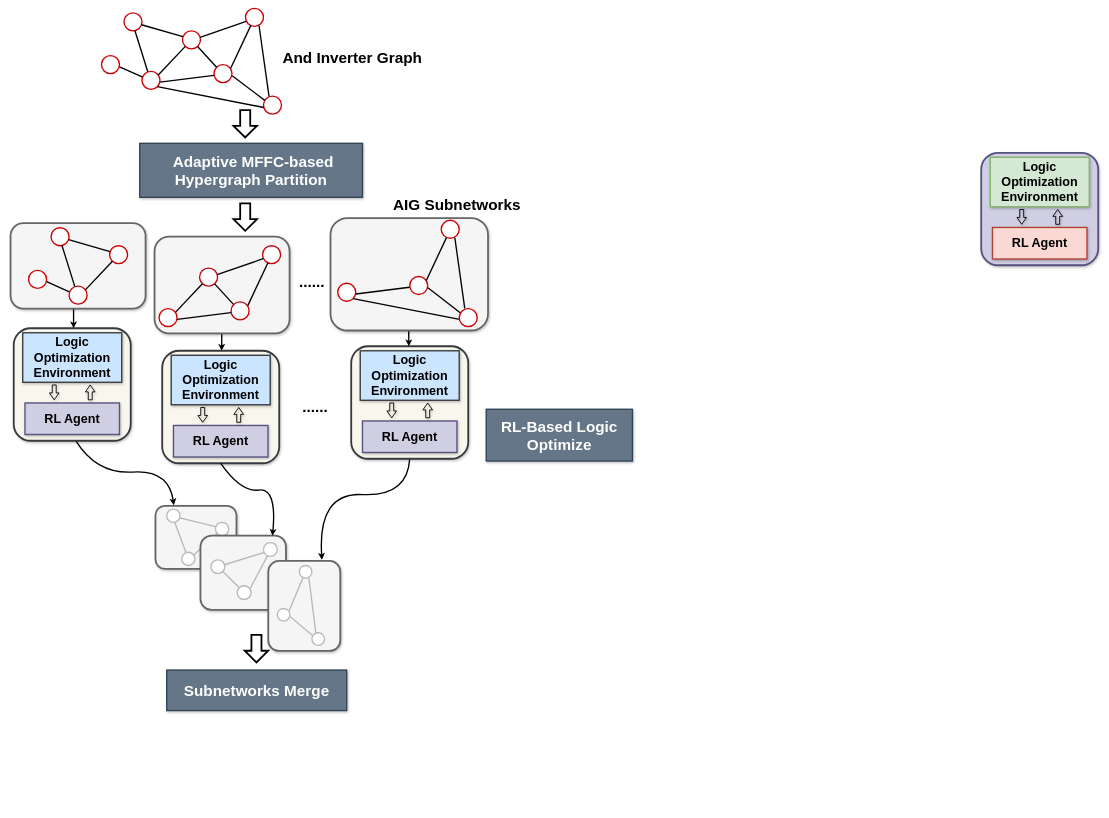
This is explorationEngine.drawio from kxzhu0505/LogicSynOpt, a draw.io file, before an edit. Source tidied: cells renumbered, new cells numbered last; positions are measured from the earlier drawing's top-left corner, leaving out a move shared by most shapes. Both pictures are drawn from the tidied source at 45%, with x=0, y=0 at pixel (10, 8).
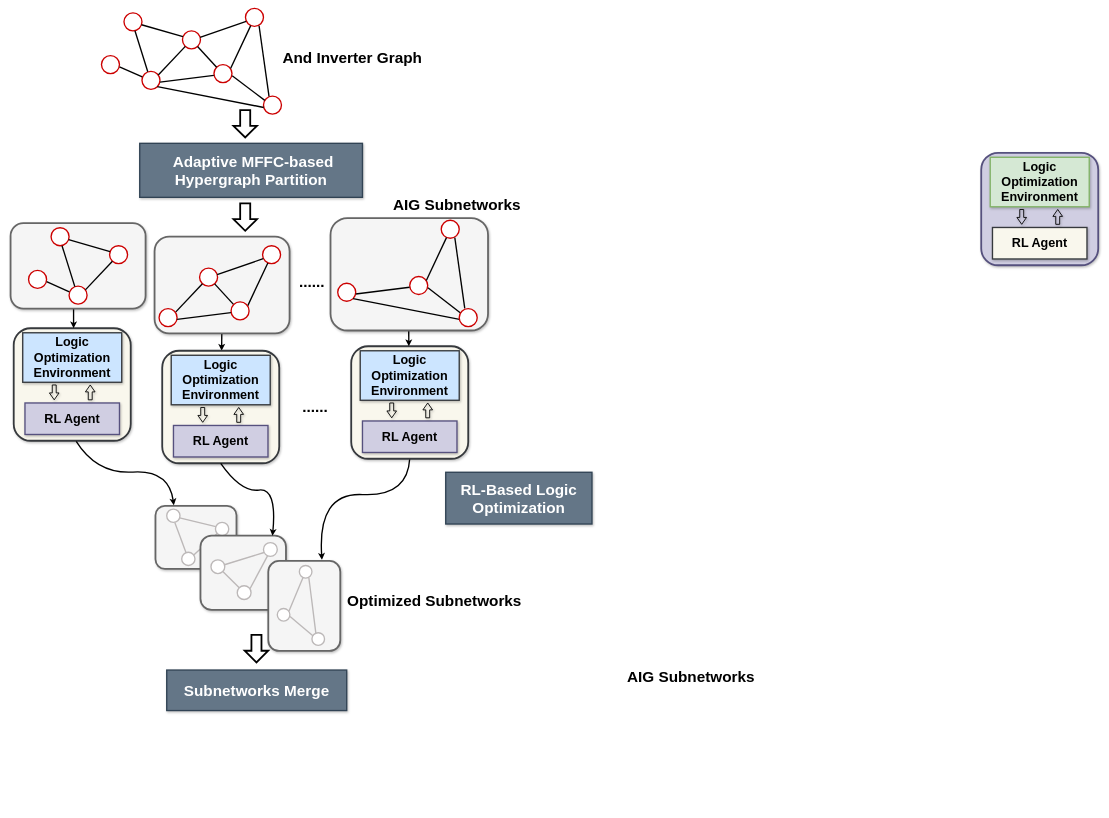
The same page after the edit.

Unchanged cells that the change refers to:
```xml
<mxCell id="2" style="group;strokeWidth=4;" parent="1" vertex="1">
  <mxGeometry x="2157" y="301" width="260" height="290" as="geometry" />
</mxCell>
<mxCell id="32" style="group;" parent="8" vertex="1">
  <mxGeometry x="82" y="667.5" width="1235" height="1113.5" as="geometry" />
</mxCell>
```

What changed in the source:
```diff
@@
-    <mxCell id="4" value="&lt;font size=&quot;1&quot; style=&quot;&quot;&gt;&lt;b style=&quot;font-size: 28px;&quot;&gt;RL Agent&lt;/b&gt;&lt;/font&gt;" style="rounded=0;whiteSpace=wrap;html=1;fillColor=#fad9d5;strokeColor=#ae4132;strokeWidth=3;shadow=1;" parent="2" vertex="1">
+    <mxCell id="4" value="&lt;font size=&quot;1&quot; style=&quot;&quot;&gt;&lt;b style=&quot;font-size: 28px;&quot;&gt;RL Agent&lt;/b&gt;&lt;/font&gt;" style="rounded=0;whiteSpace=wrap;html=1;fillColor=#f9f7ed;strokeColor=#36393d;strokeWidth=3;shadow=1;" parent="2" vertex="1">
       <mxGeometry x="25" y="186" width="210" height="70" as="geometry" />
     </mxCell>
@@
     <mxCell id="34" style="group;strokeWidth=4;" parent="32" vertex="1">
-      <mxGeometry x="-75" y="23.5" width="1240" height="910" as="geometry" />
+      <mxGeometry x="-75" y="23.5" width="1285" height="910" as="geometry" />
     </mxCell>
@@
+    <mxCell id="115" value="&lt;b style=&quot;font-size: 34px;&quot;&gt;RL-Based Logic Optimization&lt;/b&gt;" style="rounded=0;whiteSpace=wrap;html=1;fillColor=#647687;fontColor=#ffffff;strokeColor=#314354;strokeWidth=3;shadow=1;" parent="34" vertex="1">
+      <mxGeometry x="960" y="340" width="325" height="115" as="geometry" />
+    </mxCell>
+    <mxCell id="116" value="&lt;font size=&quot;1&quot; style=&quot;&quot;&gt;&lt;b style=&quot;font-size: 34px;&quot;&gt;Optimized Subnetworks&lt;/b&gt;&lt;/font&gt;" style="text;html=1;align=center;verticalAlign=middle;whiteSpace=wrap;rounded=0;" parent="34" vertex="1">
+      <mxGeometry x="730" y="610" width="410" height="30" as="geometry" />
+    </mxCell>
@@
-    <mxCell id="115" value="&lt;b style=&quot;font-size: 34px;&quot;&gt;RL-Based Logic Optimize&lt;/b&gt;" style="rounded=0;whiteSpace=wrap;html=1;fillColor=#647687;fontColor=#ffffff;strokeColor=#314354;strokeWidth=3;shadow=1;" parent="1" vertex="1">
-      <mxGeometry x="1057" y="891" width="325" height="115" as="geometry" />
-    </mxCell>
+    <mxCell id="117" value="&lt;font size=&quot;1&quot; style=&quot;&quot;&gt;&lt;b style=&quot;font-size: 34px;&quot;&gt;AIG Subnetworks&lt;/b&gt;&lt;/font&gt;" style="text;html=1;align=center;verticalAlign=middle;whiteSpace=wrap;rounded=0;" parent="1" vertex="1">
+      <mxGeometry x="1357" y="1471" width="310" height="30" as="geometry" />
+    </mxCell>
```
